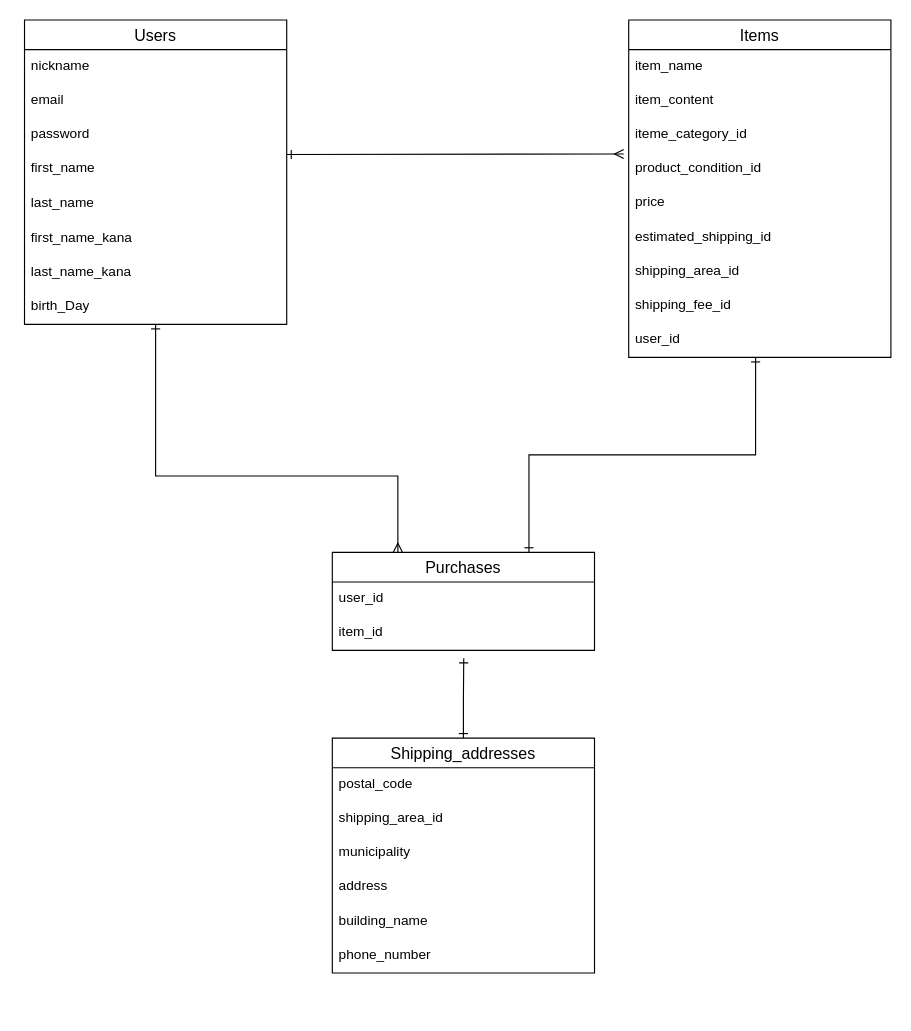
The draw.io diagram furima.dio in tomomi94/furima-34469, before the edit. Source tidied: cells renumbered, new cells numbered last; positions are measured from the earlier drawing's top-left corner, leaving out a move shared by most shapes. Both pictures are drawn from the tidied source at 114%, with x=0, y=0 at pixel (24, 19).
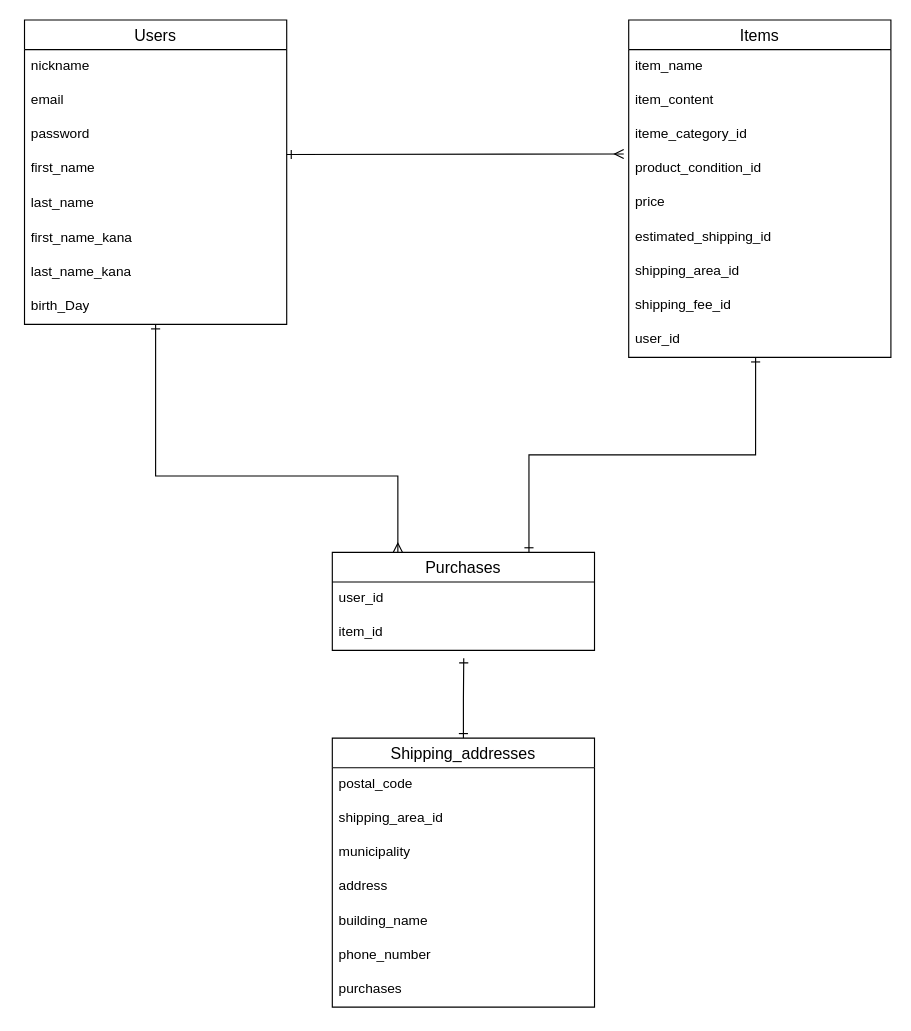
After the change.

Commit message (it also covers changes not shown here):
データベース設計_修正2

Diff of the diagram source:
```diff
@@
     <mxCell id="27" value="Shipping_addresses" style="swimlane;fontStyle=0;horizontal=1;startSize=26;align=center;fontSize=14;" parent="1" vertex="1">
-      <mxGeometry x="270" y="630" width="230" height="206" as="geometry" />
+      <mxGeometry x="270" y="630" width="230" height="236" as="geometry" />
     </mxCell>
@@
+    <mxCell id="35" value="purchases" style="text;strokeColor=none;fillColor=none;spacingLeft=4;spacingRight=4;overflow=hidden;fontSize=12;" parent="27" vertex="1">
+      <mxGeometry y="206" width="230" height="30" as="geometry" />
+    </mxCell>
```
